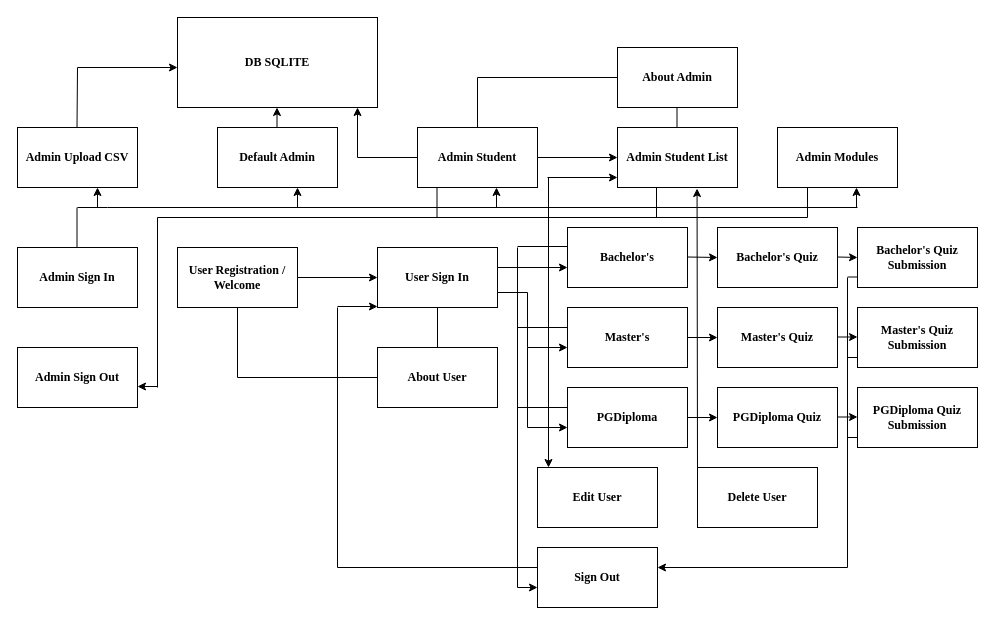
The draw.io diagram QuizzDynamoApp.drawio in x23203595/QuizzDynamo, before the edit. Source tidied: cells renumbered, new cells numbered last; positions are measured from the earlier drawing's top-left corner, leaving out a move shared by most shapes. Both pictures are drawn from the tidied source at 100%, with x=0, y=0 at pixel (17, 17).
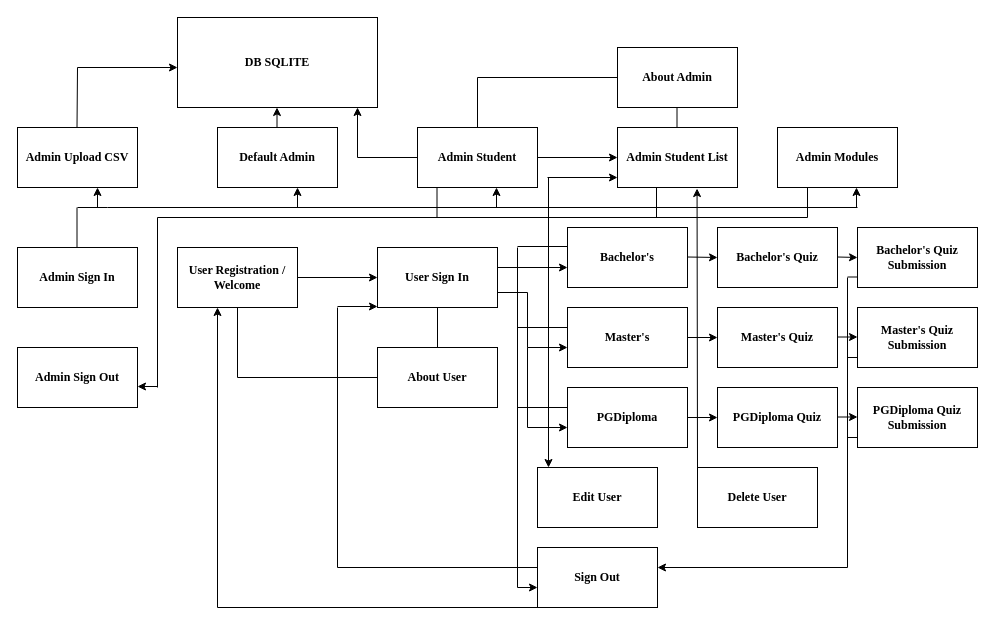
The same page after the edit.

What changed in the source:
```diff
@@
+    <mxCell id="81" style="endArrow=none;html=1;rounded=0;" parent="1" edge="1">
+      <mxGeometry relative="1" as="geometry">
+        <mxPoint x="520" y="590" as="sourcePoint" />
+        <mxPoint x="200" y="590" as="targetPoint" />
+      </mxGeometry>
+    </mxCell>
+    <mxCell id="82" style="endArrow=classic;html=1;rounded=0;" parent="1" edge="1">
+      <mxGeometry relative="1" as="geometry">
+        <mxPoint x="200" y="590" as="sourcePoint" />
+        <mxPoint x="200" y="290" as="targetPoint" />
+      </mxGeometry>
+    </mxCell>
```
